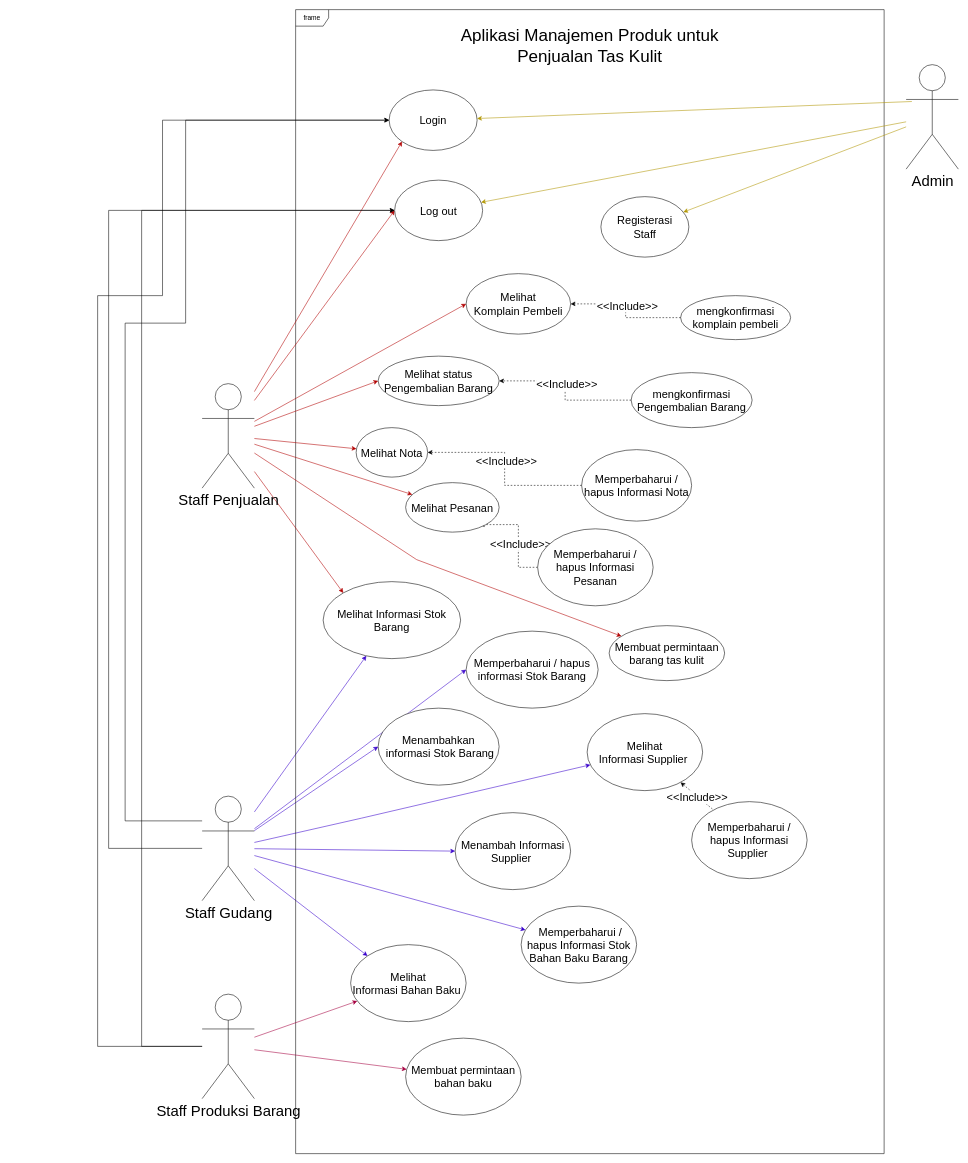
Earlier version of the draw.io diagram diagram hungkul/Diagram Use Case MASTER PISAN.drawio (AriqFaridzki/SE-UTS-2023). Source tidied: cells renumbered, new cells numbered last; positions are measured from the earlier drawing's top-left corner, leaving out a move shared by most shapes. Both pictures are drawn from the tidied source at 55%, with x=0, y=0 at pixel (97, 9).
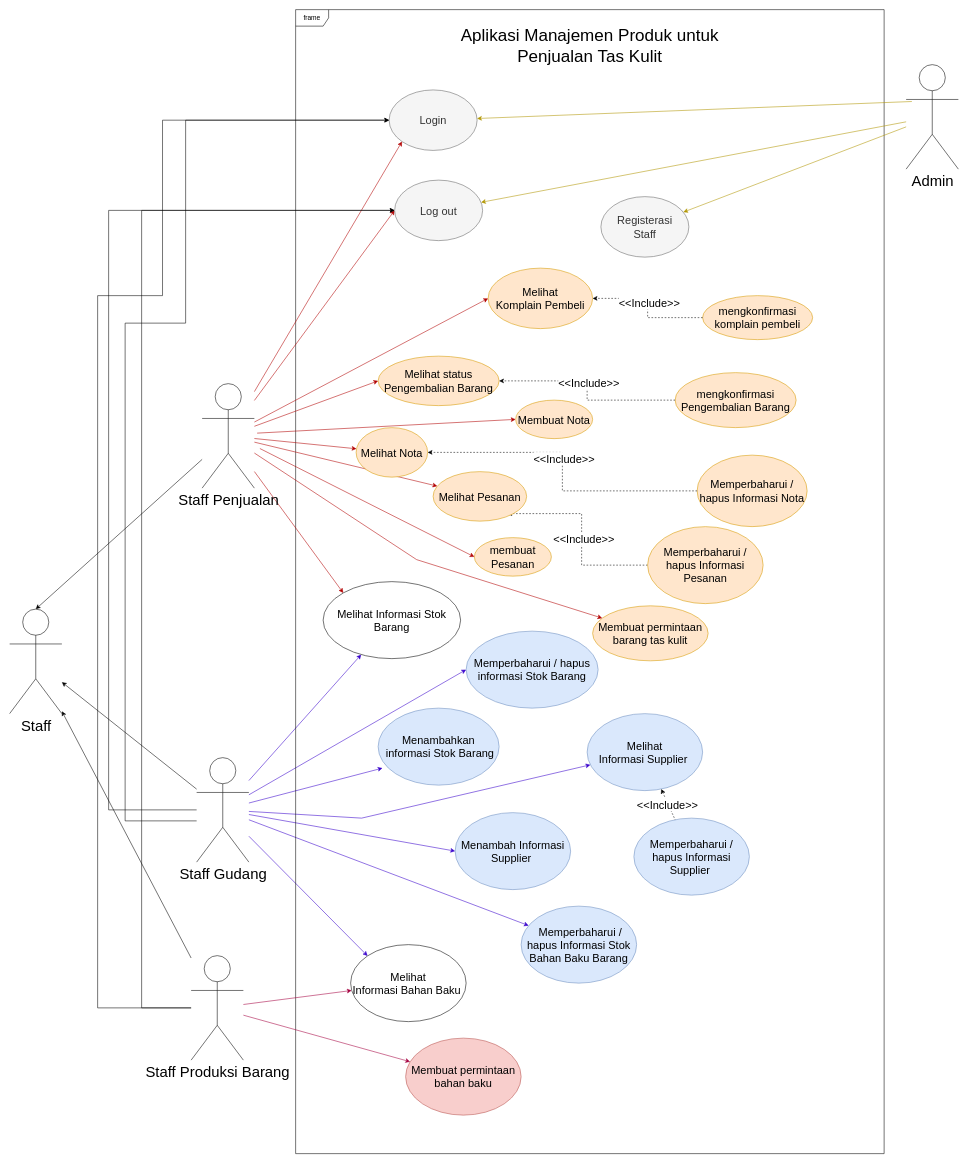
After the change.

The change refers to these unchanged cells:
```xml
<mxCell id="21" value="Staff Penjualan" style="shape=umlActor;verticalLabelPosition=bottom;verticalAlign=top;html=1;fontSize=27;" parent="1" vertex="1">
  <mxGeometry x="190" y="680" width="95" height="190" as="geometry" />
</mxCell>
```

Diff of the diagram source:
```diff
@@
-    <mxCell id="7" style="edgeStyle=none;rounded=0;jettySize=auto;html=1;entryX=0;entryY=0.5;entryDx=0;entryDy=0;fillColor=#6a00ff;strokeColor=#3700CC;" parent="1" edge="1" source="11" target="37">
+    <mxCell id="7" style="edgeStyle=none;rounded=0;jettySize=auto;html=1;entryX=0.036;entryY=0.779;entryDx=0;entryDy=0;fillColor=#6a00ff;strokeColor=#3700CC;entryPerimeter=0;" parent="1" edge="1" source="11" target="37">
       <mxGeometry relative="1" as="geometry" />
     </mxCell>
@@
+    <mxCell id="63" style="rounded=0;jettySize=auto;html=1;" parent="1" edge="1" source="11" target="70">
+      <mxGeometry relative="1" as="geometry" />
+    </mxCell>
     <mxCell id="11" value="Staff Gudang" style="shape=umlActor;verticalLabelPosition=bottom;verticalAlign=top;html=1;fontSize=27;" parent="1" vertex="1">
-      <mxGeometry x="190" y="1430" width="95" height="190" as="geometry" />
+      <mxGeometry x="180" y="1360" width="95" height="190" as="geometry" />
     </mxCell>
@@
-    <mxCell id="13" value="Login" style="ellipse;whiteSpace=wrap;html=1;fontSize=20;" parent="1" vertex="1">
+    <mxCell id="13" value="Login" style="ellipse;whiteSpace=wrap;html=1;fontSize=20;fillColor=#f5f5f5;fontColor=#333333;strokeColor=#666666;" parent="1" vertex="1">
       <mxGeometry x="530" y="146" width="160" height="110" as="geometry" />
     </mxCell>
@@
+    <mxCell id="64" style="rounded=0;jettySize=auto;html=1;entryX=0.5;entryY=0;entryDx=0;entryDy=0;entryPerimeter=0;" parent="1" edge="1" source="21" target="70">
+      <mxGeometry relative="1" as="geometry" />
+    </mxCell>
@@
     <mxCell id="22" style="edgeStyle=orthogonalEdgeStyle;rounded=0;jettySize=auto;html=1;" parent="1" edge="1" source="25" target="13">
       <mxGeometry relative="1" as="geometry">
         <Array as="points">
-          <mxPoint y="1885" />
+          <mxPoint y="1815" />
           <mxPoint y="520" />
           <mxPoint x="118" y="520" />
           <mxPoint x="118" y="201" />
         </Array>
       </mxGeometry>
     </mxCell>
@@
+    <mxCell id="65" style="rounded=0;jettySize=auto;html=1;" parent="1" edge="1" source="25" target="70">
+      <mxGeometry relative="1" as="geometry" />
+    </mxCell>
     <mxCell id="25" value="Staff Produksi Barang" style="shape=umlActor;verticalLabelPosition=bottom;verticalAlign=top;html=1;fontSize=27;" parent="1" vertex="1">
-      <mxGeometry x="190" y="1790" width="95" height="190" as="geometry" />
+      <mxGeometry x="170" y="1720" width="95" height="190" as="geometry" />
     </mxCell>
-    <mxCell id="26" value="Memperbaharui&amp;nbsp;/ hapus informasi Stok Barang" style="ellipse;whiteSpace=wrap;html=1;fontSize=20;" parent="1" vertex="1">
+    <mxCell id="26" value="Memperbaharui&amp;nbsp;/ hapus informasi Stok Barang" style="ellipse;whiteSpace=wrap;html=1;fontSize=20;fillColor=#dae8fc;strokeColor=#6c8ebf;" parent="1" vertex="1">
       <mxGeometry x="670" y="1130" width="240" height="140" as="geometry" />
     </mxCell>
@@
-    <mxCell id="28" value="&amp;nbsp;Memperbaharui&amp;nbsp;/ hapus Informasi Stok Bahan Baku Barang" style="ellipse;whiteSpace=wrap;html=1;fontSize=20;" parent="1" vertex="1">
+    <mxCell id="28" value="&amp;nbsp;Memperbaharui&amp;nbsp;/ hapus Informasi Stok Bahan Baku Barang" style="ellipse;whiteSpace=wrap;html=1;fontSize=20;fillColor=#dae8fc;strokeColor=#6c8ebf;" parent="1" vertex="1">
       <mxGeometry x="770" y="1630" width="210" height="140" as="geometry" />
     </mxCell>
-    <mxCell id="29" value="Memperbaharui / hapus Informasi Supplier&amp;nbsp;" style="ellipse;whiteSpace=wrap;html=1;fontSize=20;" parent="1" vertex="1">
-      <mxGeometry x="1080" y="1440" width="210" height="140" as="geometry" />
+    <mxCell id="29" value="Memperbaharui / hapus Informasi Supplier&amp;nbsp;" style="ellipse;whiteSpace=wrap;html=1;fontSize=20;fillColor=#dae8fc;strokeColor=#6c8ebf;" parent="1" vertex="1">
+      <mxGeometry x="975" y="1470" width="210" height="140" as="geometry" />
     </mxCell>
@@
-    <mxCell id="31" value="Melihat&lt;br&gt;Informasi Supplier&amp;nbsp;" style="ellipse;whiteSpace=wrap;html=1;fontSize=20;" parent="1" vertex="1">
+    <mxCell id="31" value="Melihat&lt;br&gt;Informasi Supplier&amp;nbsp;" style="ellipse;whiteSpace=wrap;html=1;fontSize=20;fillColor=#dae8fc;strokeColor=#6c8ebf;" parent="1" vertex="1">
       <mxGeometry x="890" y="1280" width="210" height="140" as="geometry" />
     </mxCell>
@@
-    <mxCell id="37" value="Menambahkan&lt;br&gt;&amp;nbsp;informasi Stok Barang" style="ellipse;whiteSpace=wrap;html=1;fontSize=20;" parent="1" vertex="1">
+    <mxCell id="37" value="Menambahkan&lt;br&gt;&amp;nbsp;informasi Stok Barang" style="ellipse;whiteSpace=wrap;html=1;fontSize=20;fillColor=#dae8fc;strokeColor=#6c8ebf;" parent="1" vertex="1">
       <mxGeometry x="510" y="1270" width="220" height="140" as="geometry" />
     </mxCell>
-    <mxCell id="38" value="Melihat Nota" style="ellipse;whiteSpace=wrap;html=1;fontSize=20;" parent="1" vertex="1">
+    <mxCell id="38" value="Melihat Nota" style="ellipse;whiteSpace=wrap;html=1;fontSize=20;fillColor=#ffe6cc;strokeColor=#d79b00;" parent="1" vertex="1">
       <mxGeometry x="470" y="760" width="130" height="90" as="geometry" />
     </mxCell>
-    <mxCell id="39" value="Melihat status Pengembalian Barang" style="ellipse;whiteSpace=wrap;html=1;fontSize=20;" parent="1" vertex="1">
+    <mxCell id="39" value="Melihat status Pengembalian Barang" style="ellipse;whiteSpace=wrap;html=1;fontSize=20;fillColor=#ffe6cc;strokeColor=#d79b00;" parent="1" vertex="1">
       <mxGeometry x="510" y="630" width="220" height="90" as="geometry" />
     </mxCell>
-    <mxCell id="40" value="Melihat &lt;br&gt;Komplain Pembeli" style="ellipse;whiteSpace=wrap;html=1;fontSize=20;" parent="1" vertex="1">
-      <mxGeometry x="670" y="480" width="190" height="110" as="geometry" />
+    <mxCell id="40" value="Melihat &lt;br&gt;Komplain Pembeli" style="ellipse;whiteSpace=wrap;html=1;fontSize=20;fillColor=#ffe6cc;strokeColor=#d79b00;" parent="1" vertex="1">
+      <mxGeometry x="710" y="470" width="190" height="110" as="geometry" />
     </mxCell>
-    <mxCell id="41" value="Registerasi &lt;br&gt;Staff" style="ellipse;whiteSpace=wrap;html=1;fontSize=20;" parent="1" vertex="1">
+    <mxCell id="41" value="Registerasi &lt;br&gt;Staff" style="ellipse;whiteSpace=wrap;html=1;fontSize=20;fillColor=#f5f5f5;fontColor=#333333;strokeColor=#666666;" parent="1" vertex="1">
       <mxGeometry x="915" y="340" width="160" height="110" as="geometry" />
     </mxCell>
-    <mxCell id="42" value="Log out" style="ellipse;whiteSpace=wrap;html=1;fontSize=20;" parent="1" vertex="1">
+    <mxCell id="42" value="Log out" style="ellipse;whiteSpace=wrap;html=1;fontSize=20;fillColor=#f5f5f5;fontColor=#333333;strokeColor=#666666;" parent="1" vertex="1">
       <mxGeometry x="540" y="310" width="160" height="110" as="geometry" />
     </mxCell>
@@
     <mxCell id="44" style="edgeStyle=orthogonalEdgeStyle;rounded=0;jettySize=auto;html=1;entryX=0.794;entryY=0.848;entryDx=0;entryDy=0;entryPerimeter=0;dashed=1;" parent="1" edge="1" source="46" target="62">
-      <mxGeometry relative="1" as="geometry" />
+      <mxGeometry relative="1" as="geometry">
+        <Array as="points">
+          <mxPoint x="880" y="1010" />
+          <mxPoint x="880" y="916" />
+        </Array>
+      </mxGeometry>
     </mxCell>
@@
-    <mxCell id="46" value="Memperbaharui / hapus Informasi Pesanan " style="ellipse;whiteSpace=wrap;html=1;fontSize=20;" parent="1" vertex="1">
-      <mxGeometry x="800" y="944" width="210" height="140" as="geometry" />
+    <mxCell id="46" value="Memperbaharui / hapus Informasi Pesanan " style="ellipse;whiteSpace=wrap;html=1;fontSize=20;fillColor=#ffe6cc;strokeColor=#d79b00;" parent="1" vertex="1">
+      <mxGeometry x="1000" y="940" width="210" height="140" as="geometry" />
     </mxCell>
-    <mxCell id="47" value="Memperbaharui / hapus Informasi Nota " style="ellipse;whiteSpace=wrap;html=1;fontSize=20;" parent="1" vertex="1">
-      <mxGeometry x="880" y="800" width="200" height="130" as="geometry" />
+    <mxCell id="47" value="Memperbaharui / hapus Informasi Nota " style="ellipse;whiteSpace=wrap;html=1;fontSize=20;fillColor=#ffe6cc;strokeColor=#d79b00;" parent="1" vertex="1">
+      <mxGeometry x="1090" y="810" width="200" height="130" as="geometry" />
     </mxCell>
@@
-    <mxCell id="50" value="mengkonfirmasi komplain pembeli" style="ellipse;whiteSpace=wrap;html=1;fontSize=20;" parent="1" vertex="1">
-      <mxGeometry x="1060" y="520" width="200" height="80" as="geometry" />
+    <mxCell id="50" value="mengkonfirmasi komplain pembeli" style="ellipse;whiteSpace=wrap;html=1;fontSize=20;fillColor=#ffe6cc;strokeColor=#d79b00;" parent="1" vertex="1">
+      <mxGeometry x="1100" y="520" width="200" height="80" as="geometry" />
     </mxCell>
@@
-    <mxCell id="53" value="mengkonfirmasi Pengembalian Barang" style="ellipse;whiteSpace=wrap;html=1;fontSize=20;" parent="1" vertex="1">
-      <mxGeometry x="970" y="660" width="220" height="100" as="geometry" />
+    <mxCell id="53" value="mengkonfirmasi Pengembalian Barang" style="ellipse;whiteSpace=wrap;html=1;fontSize=20;fillColor=#ffe6cc;strokeColor=#d79b00;" parent="1" vertex="1">
+      <mxGeometry x="1050" y="660" width="220" height="100" as="geometry" />
     </mxCell>
@@
-    <mxCell id="56" value="Menambah Informasi Supplier&amp;nbsp;" style="ellipse;whiteSpace=wrap;html=1;fontSize=20;" parent="1" vertex="1">
+    <mxCell id="56" value="Menambah Informasi Supplier&amp;nbsp;" style="ellipse;whiteSpace=wrap;html=1;fontSize=20;fillColor=#dae8fc;strokeColor=#6c8ebf;" parent="1" vertex="1">
       <mxGeometry x="650" y="1460" width="210" height="140" as="geometry" />
     </mxCell>
@@
-    <mxCell id="58" value="Membuat permintaan bahan baku" style="ellipse;whiteSpace=wrap;html=1;fontSize=20;" parent="1" vertex="1">
+    <mxCell id="58" value="Membuat permintaan bahan baku" style="ellipse;whiteSpace=wrap;html=1;fontSize=20;fillColor=#f8cecc;strokeColor=#b85450;" parent="1" vertex="1">
       <mxGeometry x="560" y="1870" width="210" height="140" as="geometry" />
     </mxCell>
@@
-    <mxCell id="60" value="&lt;div&gt;Membuat permintaan barang tas kulit&lt;/div&gt;" style="ellipse;whiteSpace=wrap;html=1;fontSize=20;" parent="1" vertex="1">
-      <mxGeometry x="930" y="1120" width="210" height="100" as="geometry" />
+    <mxCell id="60" value="&lt;div&gt;Membuat permintaan barang tas kulit&lt;/div&gt;" style="ellipse;whiteSpace=wrap;html=1;fontSize=20;fillColor=#ffe6cc;strokeColor=#d79b00;" parent="1" vertex="1">
+      <mxGeometry x="900" y="1084" width="210" height="100" as="geometry" />
     </mxCell>
@@
-    <mxCell id="62" value="Melihat Pesanan" style="ellipse;whiteSpace=wrap;html=1;fontSize=20;" parent="1" vertex="1">
-      <mxGeometry x="560" y="860" width="170" height="90" as="geometry" />
+    <mxCell id="62" value="Melihat Pesanan" style="ellipse;whiteSpace=wrap;html=1;fontSize=20;fillColor=#ffe6cc;strokeColor=#d79b00;" parent="1" vertex="1">
+      <mxGeometry x="610" y="840" width="170" height="90" as="geometry" />
     </mxCell>
+    <mxCell id="66" value="Membuat Nota" style="ellipse;whiteSpace=wrap;html=1;fontSize=20;fillColor=#ffe6cc;strokeColor=#d79b00;" parent="1" vertex="1">
+      <mxGeometry x="760" y="710" width="140" height="70" as="geometry" />
+    </mxCell>
+    <mxCell id="67" style="edgeStyle=none;rounded=0;jettySize=auto;html=1;fillColor=#e51400;strokeColor=#B20000;entryX=0;entryY=0.5;entryDx=0;entryDy=0;" parent="1" edge="1" target="66">
+      <mxGeometry relative="1" as="geometry">
+        <mxPoint x="290" y="770" as="sourcePoint" />
+      </mxGeometry>
+    </mxCell>
+    <mxCell id="68" value="membuat Pesanan" style="ellipse;whiteSpace=wrap;html=1;fontSize=20;fillColor=#ffe6cc;strokeColor=#d79b00;" parent="1" vertex="1">
+      <mxGeometry x="685" y="960" width="140" height="70" as="geometry" />
+    </mxCell>
+    <mxCell id="69" style="edgeStyle=none;rounded=0;jettySize=auto;html=1;fillColor=#e51400;strokeColor=#B20000;entryX=0;entryY=0.5;entryDx=0;entryDy=0;" parent="1" edge="1" target="68">
+      <mxGeometry relative="1" as="geometry">
+        <mxPoint x="295" y="798" as="sourcePoint" />
+      </mxGeometry>
+    </mxCell>
+    <mxCell id="70" value="Staff" style="shape=umlActor;verticalLabelPosition=bottom;verticalAlign=top;html=1;fontSize=27;" parent="1" vertex="1">
+      <mxGeometry x="-160" y="1090" width="95" height="190" as="geometry" />
+    </mxCell>
```
